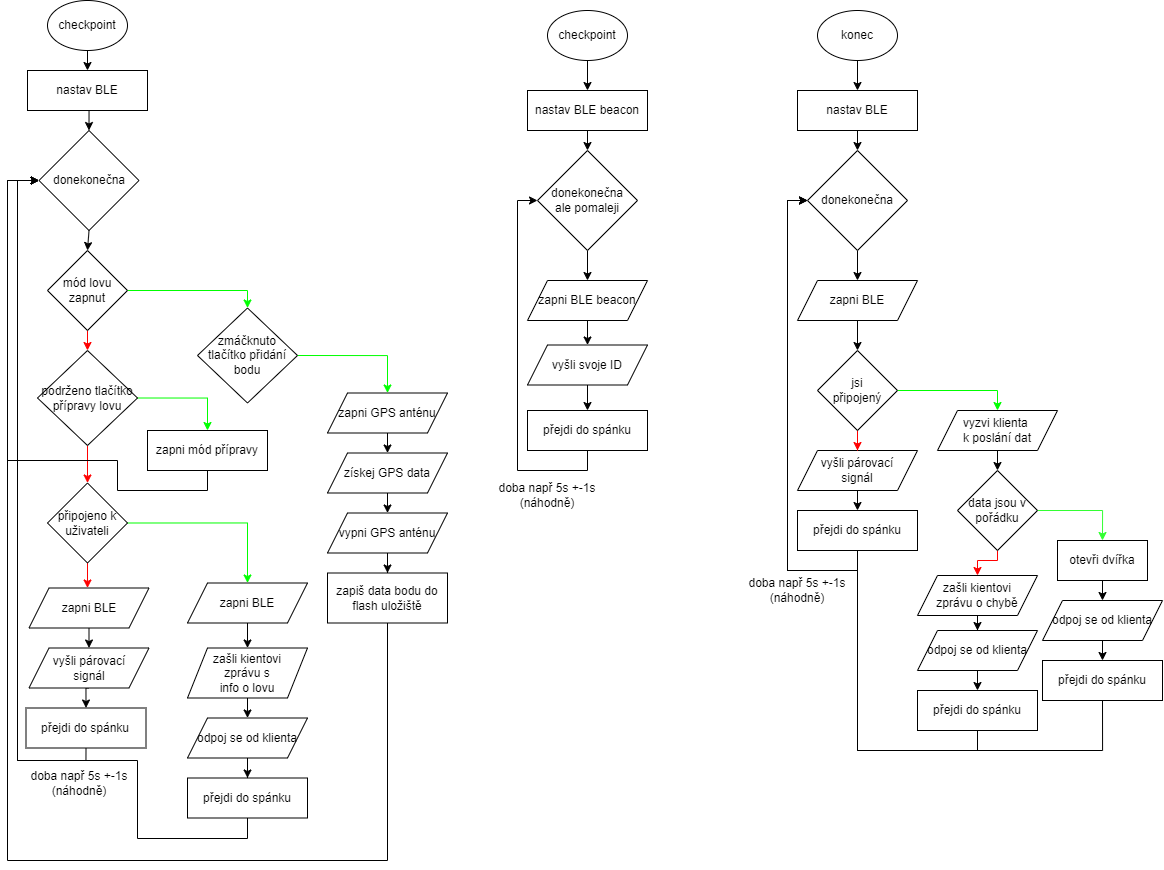
AveryVio/FindMe-lovecka-hra keeps this draw.io diagram as docs/presnejsi vyvojak.drawio.png. Above is the earlier version. Source tidied: cells renumbered, new cells last; positions are measured from the earlier drawing's top-left corner, leaving out a move shared by most shapes.
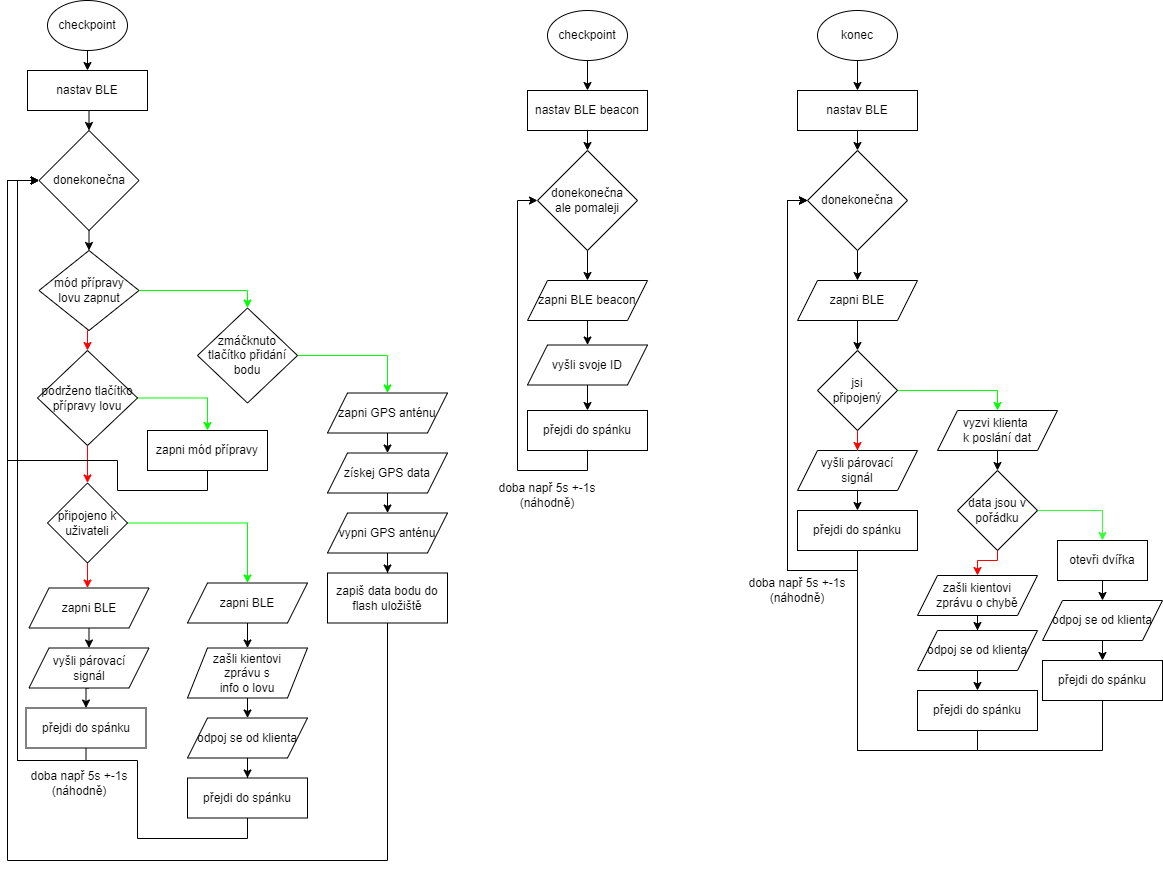
After the change.

Change to the diagram source:
```diff
@@ -257,8 +257,8 @@
         </Array>
       </mxGeometry>
     </mxCell>
-    <mxCell id="74" value="mód lovu zapnut" style="rhombus;whiteSpace=wrap;html=1;" parent="1" vertex="1">
-      <mxGeometry x="40" y="250" width="80" height="80" as="geometry" />
+    <mxCell id="74" value="mód přípravy&lt;div&gt;lovu zapnut&lt;/div&gt;" style="rhombus;whiteSpace=wrap;html=1;" parent="1" vertex="1">
+      <mxGeometry x="31.5" y="250" width="100" height="80" as="geometry" />
     </mxCell>
     <mxCell id="75" style="edgeStyle=orthogonalEdgeStyle;rounded=0;jettySize=auto;html=1;exitX=0.5;exitY=1;exitDx=0;exitDy=0;entryX=0.5;entryY=0;entryDx=0;entryDy=0;" parent="1" edge="1" source="76" target="78">
       <mxGeometry relative="1" as="geometry" />
```
